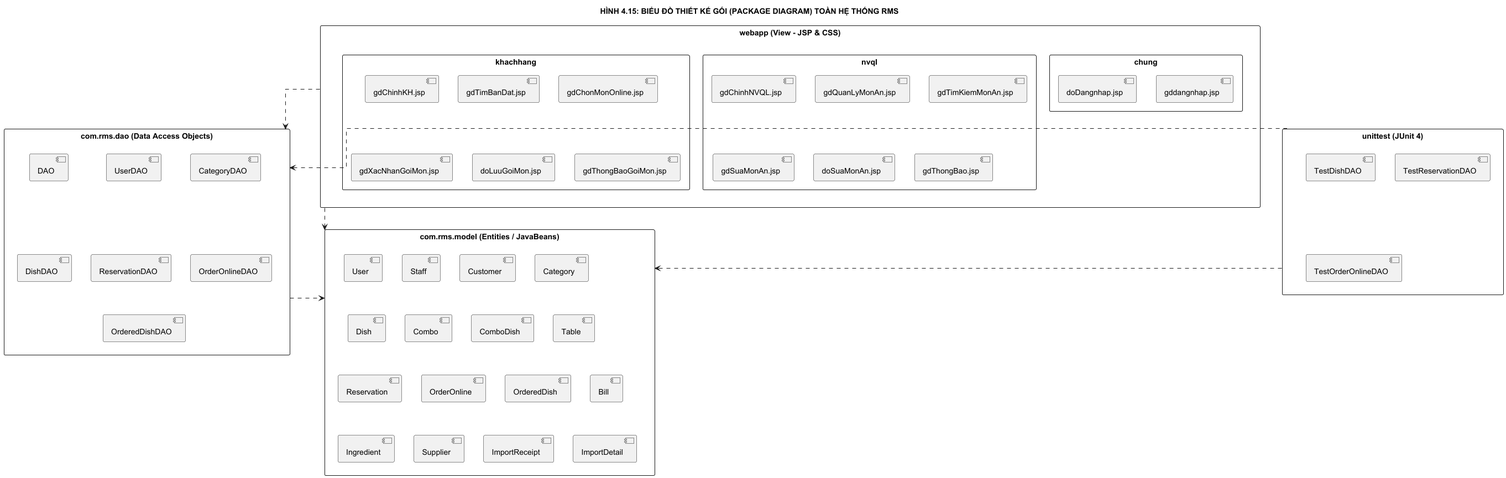
Before: docs/diagrams/Design_07_PackageDiagram.png, a diagram exported from PlantUML (NEWBIE1005/RMS_RestaurantManagementSystem). The source it was exported from:
```plantuml
@startuml Design_07_PackageDiagram
skinparam packageStyle rectangle
skinparam monochrome true
skinparam shadowing false
skinparam linetype ortho

title HÌNH 4.15: BIỂU ĐỒ THIẾT KẾ GÓI (PACKAGE DIAGRAM) TOÀN HỆ THỐNG RMS

package "webapp (View - JSP & CSS)" as pkg_view {
    package "chung" {
        [gddangnhap.jsp]
        [doDangnhap.jsp]
    }
    package "nvql" {
        [gdChinhNVQL.jsp]
        [gdQuanLyMonAn.jsp]
        [gdTimKiemMonAn.jsp]
        [gdSuaMonAn.jsp]
        [doSuaMonAn.jsp]
        [gdThongBao.jsp]
    }
    package "khachhang" {
        [gdChinhKH.jsp]
        [gdTimBanDat.jsp]
        [gdChonMonOnline.jsp]
        [gdXacNhanGoiMon.jsp]
        [doLuuGoiMon.jsp]
        [gdThongBaoGoiMon.jsp]
    }
}

package "com.rms.dao (Data Access Objects)" as pkg_dao {
    [DAO]
    [UserDAO]
    [CategoryDAO]
    [DishDAO]
    [ReservationDAO]
    [OrderOnlineDAO]
    [OrderedDishDAO]
}

package "com.rms.model (Entities / JavaBeans)" as pkg_model {
    [User]
    [Staff]
    [Customer]
    [Category]
    [Dish]
    [Combo]
    [ComboDish]
    [Table]
    [Reservation]
    [OrderOnline]
    [OrderedDish]
    [Bill]
    [Ingredient]
    [Supplier]
    [ImportReceipt]
    [ImportDetail]
}

package "unittest (JUnit 4)" as pkg_test {
    [TestDishDAO]
    [TestReservationDAO]
    [TestOrderOnlineDAO]
}

pkg_view ..> pkg_dao
pkg_view ..> pkg_model
pkg_dao ..> pkg_model
pkg_test ..> pkg_dao
pkg_test ..> pkg_model

@enduml
```
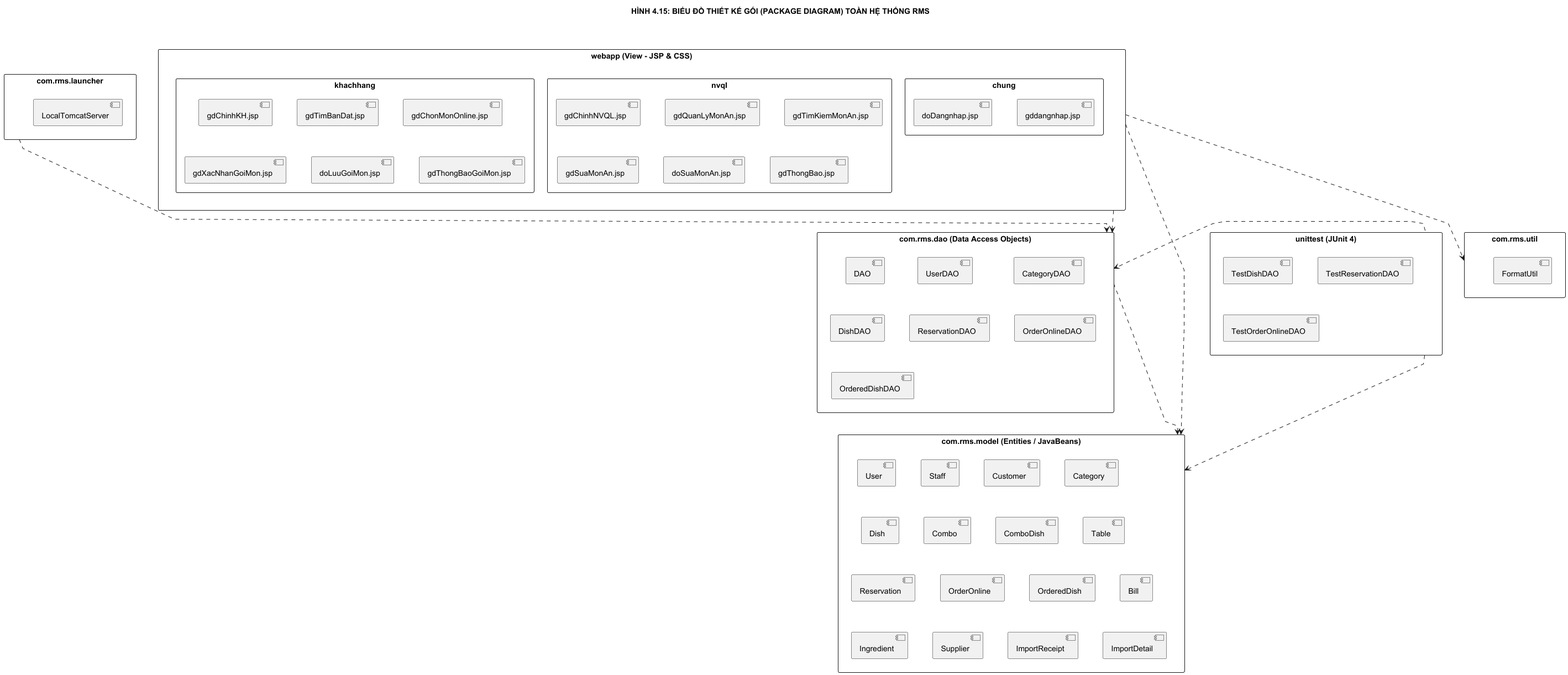
The same file after the commit.

What changed in the source:
```diff
@@ -2,7 +2,9 @@
 skinparam packageStyle rectangle
 skinparam monochrome true
 skinparam shadowing false
-skinparam linetype ortho
+skinparam linetype polyline
+skinparam nodesep 45
+skinparam ranksep 55
 
 title HÌNH 4.15: BIỂU ĐỒ THIẾT KẾ GÓI (PACKAGE DIAGRAM) TOÀN HỆ THỐNG RMS
 
@@ -29,6 +31,14 @@
     }
 }
 
+package "com.rms.launcher" as pkg_launcher {
+    [LocalTomcatServer]
+}
+
+package "com.rms.util" as pkg_util {
+    [FormatUtil]
+}
+
 package "com.rms.dao (Data Access Objects)" as pkg_dao {
     [DAO]
     [UserDAO]
@@ -37,6 +47,12 @@
     [ReservationDAO]
     [OrderOnlineDAO]
     [OrderedDishDAO]
+}
+
+package "unittest (JUnit 4)" as pkg_test {
+    [TestDishDAO]
+    [TestReservationDAO]
+    [TestOrderOnlineDAO]
 }
 
 package "com.rms.model (Entities / JavaBeans)" as pkg_model {
@@ -58,16 +74,13 @@
     [ImportDetail]
 }
 
-package "unittest (JUnit 4)" as pkg_test {
-    [TestDishDAO]
-    [TestReservationDAO]
-    [TestOrderOnlineDAO]
-}
-
-pkg_view ..> pkg_dao
-pkg_view ..> pkg_model
-pkg_dao ..> pkg_model
-pkg_test ..> pkg_dao
-pkg_test ..> pkg_model
+pkg_view -right[hidden]-> pkg_launcher
+pkg_view -down..> pkg_dao
+pkg_view -down..> pkg_util
+pkg_view -down..> pkg_model
+pkg_launcher -down..> pkg_dao
+pkg_dao -down..> pkg_model
+pkg_test -left..> pkg_dao
+pkg_test -down..> pkg_model
 
 @enduml
```
